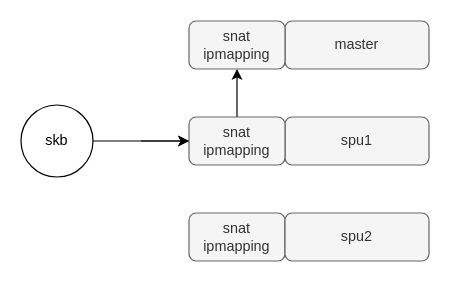
Before: page "snat" (2 of 6) of 机框分布式报文调度.drawio in lwchao/drawPNG, a draw.io diagram. Source tidied: cells renumbered, new cells numbered last; positions are measured from the earlier drawing's top-left corner, leaving out a move shared by most shapes. Both pictures are drawn from the tidied source at 120%, with x=0, y=0 at pixel (20, 20).
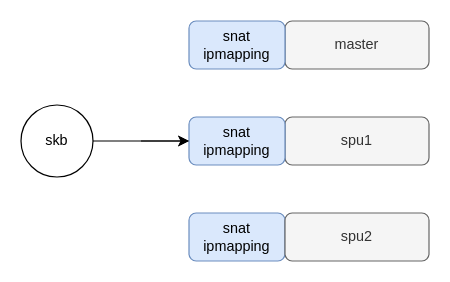
The same diagram, later.

Commit message:
更新机框分布式报文调度.drawio

The edit, as a diff of the source:
```diff
@@
 <mxGraphModel>
   <root>
     <mxCell id="0" />
     <mxCell id="1" parent="0" />
     <mxCell id="2" value="master" style="rounded=1;whiteSpace=wrap;html=1;fillColor=#f5f5f5;strokeColor=#666666;fontColor=#333333;" parent="1" vertex="1">
       <mxGeometry x="220" width="120" height="40" as="geometry" />
     </mxCell>
     <mxCell id="3" value="spu1" style="rounded=1;whiteSpace=wrap;html=1;fillColor=#f5f5f5;fontColor=#333333;strokeColor=#666666;" parent="1" vertex="1">
       <mxGeometry x="220" y="80" width="120" height="40" as="geometry" />
     </mxCell>
-    <mxCell id="4" value="snat&lt;br&gt;ipmapping" style="rounded=1;whiteSpace=wrap;html=1;fillColor=#f5f5f5;fontColor=#333333;strokeColor=#666666;" parent="1" vertex="1">
+    <mxCell id="4" value="snat&lt;br&gt;ipmapping" style="rounded=1;whiteSpace=wrap;html=1;fillColor=#dae8fc;strokeColor=#6c8ebf;" parent="1" vertex="1">
       <mxGeometry x="140" y="160" width="80" height="40" as="geometry" />
     </mxCell>
     <mxCell id="5" value="spu2" style="rounded=1;whiteSpace=wrap;html=1;fillColor=#f5f5f5;fontColor=#333333;strokeColor=#666666;" parent="1" vertex="1">
       <mxGeometry x="220" y="160" width="120" height="40" as="geometry" />
     </mxCell>
-    <mxCell id="6" style="edgeStyle=orthogonalEdgeStyle;rounded=0;jettySize=auto;html=1;" parent="1" edge="1" source="7" target="8">
-      <mxGeometry relative="1" as="geometry" />
-    </mxCell>
-    <mxCell id="7" value="snat&lt;br&gt;ipmapping" style="rounded=1;whiteSpace=wrap;html=1;fillColor=#f5f5f5;strokeColor=#666666;fontColor=#333333;" parent="1" vertex="1">
+    <mxCell id="7" value="snat&lt;br&gt;ipmapping" style="rounded=1;whiteSpace=wrap;html=1;fillColor=#dae8fc;strokeColor=#6c8ebf;" parent="1" vertex="1">
       <mxGeometry x="140" y="80" width="80" height="40" as="geometry" />
     </mxCell>
-    <mxCell id="8" value="snat ipmapping" style="rounded=1;whiteSpace=wrap;html=1;fillColor=#f5f5f5;strokeColor=#666666;fontColor=#333333;" parent="1" vertex="1">
+    <mxCell id="8" value="snat ipmapping" style="rounded=1;whiteSpace=wrap;html=1;fillColor=#dae8fc;strokeColor=#6c8ebf;" parent="1" vertex="1">
       <mxGeometry x="140" width="80" height="40" as="geometry" />
     </mxCell>
     <mxCell id="9" style="endArrow=classic;html=1;rounded=0;" parent="1" edge="1">
       <mxGeometry relative="1" as="geometry">
         <mxPoint x="100" y="100" as="sourcePoint" />
         <mxPoint x="140" y="100" as="targetPoint" />
       </mxGeometry>
     </mxCell>
     <mxCell id="10" style="edgeStyle=orthogonalEdgeStyle;rounded=0;jettySize=auto;html=1;" parent="1" edge="1" source="11" target="7">
       <mxGeometry relative="1" as="geometry" />
     </mxCell>
     <mxCell id="11" value="skb" style="ellipse;whiteSpace=wrap;html=1;" parent="1" vertex="1">
       <mxGeometry y="70" width="60" height="60" as="geometry" />
     </mxCell>
   </root>
 </mxGraphModel>
```
